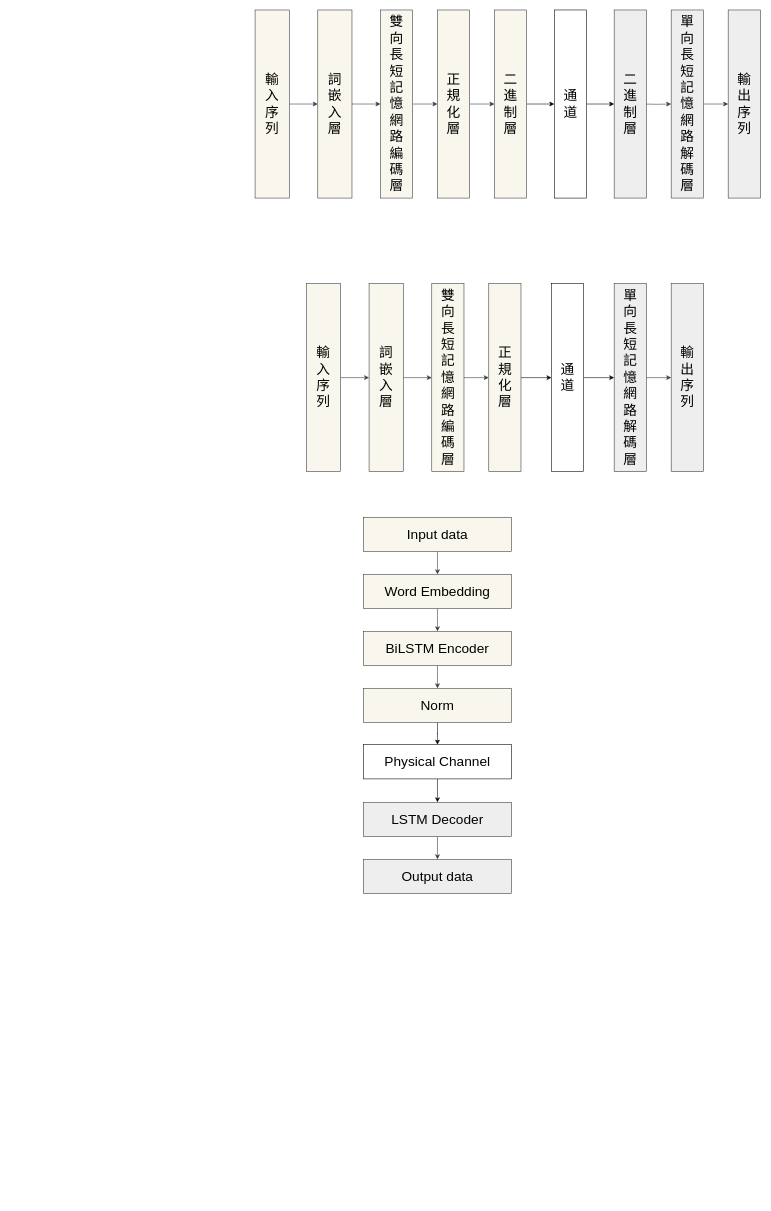
Above: eric.drawio in eric693/new_oai (draw.io), before the change. Source tidied: cells renumbered, new cells numbered last; positions are measured from the earlier drawing's top-left corner, leaving out a move shared by most shapes. Both pictures are drawn from the tidied source at 57%, with x=0, y=0 at pixel (255, 10).
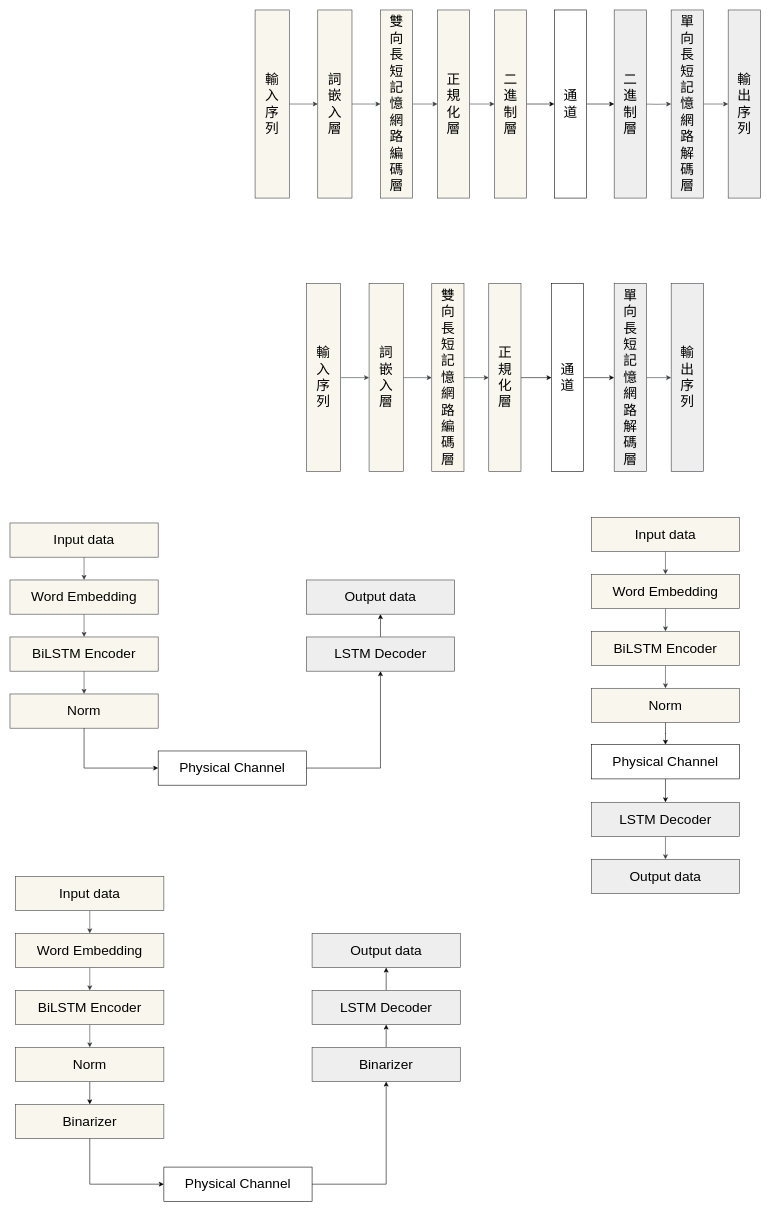
Above is the later version.

Diff of the diagram source:
```diff
@@
     <mxCell id="16" value="&lt;font style=&quot;font-size: 24px;&quot;&gt;Input data&lt;/font&gt;" style="rounded=0;whiteSpace=wrap;html=1;fillColor=#f9f7ed;strokeColor=#36393d;" parent="1" vertex="1">
-      <mxGeometry x="190" y="890" width="260" height="60" as="geometry" />
+      <mxGeometry x="-430" y="900" width="260" height="60" as="geometry" />
     </mxCell>
@@
     <mxCell id="18" value="&lt;font style=&quot;font-size: 24px;&quot;&gt;Word Embedding&lt;/font&gt;" style="rounded=0;whiteSpace=wrap;html=1;fillColor=#f9f7ed;strokeColor=#36393d;" parent="1" vertex="1">
-      <mxGeometry x="190" y="990" width="260" height="60" as="geometry" />
+      <mxGeometry x="-430" y="1000" width="260" height="60" as="geometry" />
     </mxCell>
@@
     <mxCell id="20" value="&lt;font style=&quot;font-size: 24px;&quot;&gt;BiLSTM Encoder&lt;/font&gt;" style="rounded=0;whiteSpace=wrap;html=1;fillColor=#f9f7ed;strokeColor=#36393d;" parent="1" vertex="1">
-      <mxGeometry x="190" y="1090" width="260" height="60" as="geometry" />
+      <mxGeometry x="-430" y="1100" width="260" height="60" as="geometry" />
     </mxCell>
-    <mxCell id="21" style="edgeStyle=orthogonalEdgeStyle;rounded=0;jettySize=auto;html=1;" parent="1" edge="1" source="22" target="24">
-      <mxGeometry relative="1" as="geometry" />
-    </mxCell>
     <mxCell id="22" value="&lt;font style=&quot;font-size: 24px;&quot;&gt;Norm&lt;/font&gt;" style="rounded=0;whiteSpace=wrap;html=1;fillColor=#f9f7ed;strokeColor=#36393d;" parent="1" vertex="1">
-      <mxGeometry x="190" y="1190" width="260" height="60" as="geometry" />
+      <mxGeometry x="-430" y="1200" width="260" height="60" as="geometry" />
     </mxCell>
-    <mxCell id="23" style="edgeStyle=orthogonalEdgeStyle;rounded=0;jettySize=auto;html=1;" parent="1" edge="1" source="24" target="26">
-      <mxGeometry relative="1" as="geometry" />
-    </mxCell>
     <mxCell id="24" value="&lt;font style=&quot;font-size: 24px;&quot;&gt;Physical Channel&lt;/font&gt;" style="rounded=0;whiteSpace=wrap;html=1;" parent="1" vertex="1">
-      <mxGeometry x="190" y="1289" width="260" height="60" as="geometry" />
+      <mxGeometry x="-170" y="1300" width="260" height="60" as="geometry" />
     </mxCell>
-    <mxCell id="25" style="edgeStyle=orthogonalEdgeStyle;rounded=0;jettySize=auto;html=1;fillColor=#eeeeee;strokeColor=#36393d;" parent="1" edge="1" source="26" target="27">
+    <mxCell id="25" style="edgeStyle=orthogonalEdgeStyle;rounded=0;jettySize=auto;html=1;" parent="1" edge="1" source="26" target="27">
       <mxGeometry relative="1" as="geometry" />
     </mxCell>
     <mxCell id="26" value="&lt;font style=&quot;font-size: 24px;&quot;&gt;LSTM Decoder&lt;/font&gt;" style="rounded=0;whiteSpace=wrap;html=1;fillColor=#eeeeee;strokeColor=#36393d;" parent="1" vertex="1">
-      <mxGeometry x="190" y="1390" width="260" height="60" as="geometry" />
+      <mxGeometry x="90" y="1100" width="260" height="60" as="geometry" />
     </mxCell>
     <mxCell id="27" value="&lt;font style=&quot;font-size: 24px;&quot;&gt;Output data&lt;/font&gt;" style="rounded=0;whiteSpace=wrap;html=1;fillColor=#eeeeee;strokeColor=#36393d;" parent="1" vertex="1">
-      <mxGeometry x="190" y="1490" width="260" height="60" as="geometry" />
+      <mxGeometry x="90" y="1000" width="260" height="60" as="geometry" />
     </mxCell>
@@
+    <mxCell id="45" style="edgeStyle=orthogonalEdgeStyle;rounded=0;jettySize=auto;html=1;fillColor=#f9f7ed;strokeColor=#36393d;" parent="1" edge="1" source="46" target="48">
+      <mxGeometry relative="1" as="geometry" />
+    </mxCell>
+    <mxCell id="46" value="&lt;font style=&quot;font-size: 24px;&quot;&gt;Input data&lt;/font&gt;" style="rounded=0;whiteSpace=wrap;html=1;fillColor=#f9f7ed;strokeColor=#36393d;" parent="1" vertex="1">
+      <mxGeometry x="590" y="890" width="260" height="60" as="geometry" />
+    </mxCell>
+    <mxCell id="47" style="edgeStyle=orthogonalEdgeStyle;rounded=0;jettySize=auto;html=1;fillColor=#f9f7ed;strokeColor=#36393d;" parent="1" edge="1" source="48" target="50">
+      <mxGeometry relative="1" as="geometry" />
+    </mxCell>
+    <mxCell id="48" value="&lt;font style=&quot;font-size: 24px;&quot;&gt;Word Embedding&lt;/font&gt;" style="rounded=0;whiteSpace=wrap;html=1;fillColor=#f9f7ed;strokeColor=#36393d;" parent="1" vertex="1">
+      <mxGeometry x="590" y="990" width="260" height="60" as="geometry" />
+    </mxCell>
+    <mxCell id="49" style="edgeStyle=orthogonalEdgeStyle;rounded=0;jettySize=auto;html=1;fillColor=#f9f7ed;strokeColor=#36393d;" parent="1" edge="1" source="50" target="52">
+      <mxGeometry relative="1" as="geometry" />
+    </mxCell>
+    <mxCell id="50" value="&lt;font style=&quot;font-size: 24px;&quot;&gt;BiLSTM Encoder&lt;/font&gt;" style="rounded=0;whiteSpace=wrap;html=1;fillColor=#f9f7ed;strokeColor=#36393d;" parent="1" vertex="1">
+      <mxGeometry x="590" y="1090" width="260" height="60" as="geometry" />
+    </mxCell>
+    <mxCell id="51" style="edgeStyle=orthogonalEdgeStyle;rounded=0;jettySize=auto;html=1;" parent="1" edge="1" source="52" target="54">
+      <mxGeometry relative="1" as="geometry" />
+    </mxCell>
+    <mxCell id="52" value="&lt;font style=&quot;font-size: 24px;&quot;&gt;Norm&lt;/font&gt;" style="rounded=0;whiteSpace=wrap;html=1;fillColor=#f9f7ed;strokeColor=#36393d;" parent="1" vertex="1">
+      <mxGeometry x="590" y="1190" width="260" height="60" as="geometry" />
+    </mxCell>
+    <mxCell id="53" style="edgeStyle=orthogonalEdgeStyle;rounded=0;jettySize=auto;html=1;" parent="1" edge="1" source="54" target="56">
+      <mxGeometry relative="1" as="geometry" />
+    </mxCell>
+    <mxCell id="54" value="&lt;font style=&quot;font-size: 24px;&quot;&gt;Physical Channel&lt;/font&gt;" style="rounded=0;whiteSpace=wrap;html=1;" parent="1" vertex="1">
+      <mxGeometry x="590" y="1289" width="260" height="60" as="geometry" />
+    </mxCell>
+    <mxCell id="55" style="edgeStyle=orthogonalEdgeStyle;rounded=0;jettySize=auto;html=1;fillColor=#eeeeee;strokeColor=#36393d;" parent="1" edge="1" source="56" target="57">
+      <mxGeometry relative="1" as="geometry" />
+    </mxCell>
+    <mxCell id="56" value="&lt;font style=&quot;font-size: 24px;&quot;&gt;LSTM Decoder&lt;/font&gt;" style="rounded=0;whiteSpace=wrap;html=1;fillColor=#eeeeee;strokeColor=#36393d;" parent="1" vertex="1">
+      <mxGeometry x="590" y="1390" width="260" height="60" as="geometry" />
+    </mxCell>
+    <mxCell id="57" value="&lt;font style=&quot;font-size: 24px;&quot;&gt;Output data&lt;/font&gt;" style="rounded=0;whiteSpace=wrap;html=1;fillColor=#eeeeee;strokeColor=#36393d;" parent="1" vertex="1">
+      <mxGeometry x="590" y="1490" width="260" height="60" as="geometry" />
+    </mxCell>
+    <mxCell id="58" style="endArrow=none;html=1;rounded=0;entryX=0.5;entryY=1;entryDx=0;entryDy=0;" parent="1" edge="1" target="22">
+      <mxGeometry relative="1" as="geometry">
+        <mxPoint x="-300" y="1330" as="sourcePoint" />
+      </mxGeometry>
+    </mxCell>
+    <mxCell id="59" style="endArrow=classic;html=1;rounded=0;entryX=0;entryY=0.5;entryDx=0;entryDy=0;" parent="1" edge="1" target="24">
+      <mxGeometry relative="1" as="geometry">
+        <mxPoint x="-300" y="1330" as="sourcePoint" />
+      </mxGeometry>
+    </mxCell>
+    <mxCell id="60" style="endArrow=none;html=1;rounded=0;exitX=1;exitY=0.5;exitDx=0;exitDy=0;" parent="1" edge="1" source="24">
+      <mxGeometry relative="1" as="geometry">
+        <mxPoint x="220" y="1330" as="targetPoint" />
+      </mxGeometry>
+    </mxCell>
+    <mxCell id="61" style="endArrow=classic;html=1;rounded=0;entryX=0.5;entryY=1;entryDx=0;entryDy=0;" parent="1" edge="1" target="26">
+      <mxGeometry relative="1" as="geometry">
+        <mxPoint x="220" y="1330" as="sourcePoint" />
+      </mxGeometry>
+    </mxCell>
+    <mxCell id="62" style="edgeStyle=orthogonalEdgeStyle;rounded=0;jettySize=auto;html=1;fillColor=#f9f7ed;strokeColor=#36393d;" parent="1" edge="1" source="63" target="65">
+      <mxGeometry relative="1" as="geometry" />
+    </mxCell>
+    <mxCell id="63" value="&lt;font style=&quot;font-size: 24px;&quot;&gt;Input data&lt;/font&gt;" style="rounded=0;whiteSpace=wrap;html=1;fillColor=#f9f7ed;strokeColor=#36393d;" parent="1" vertex="1">
+      <mxGeometry x="-420" y="1520" width="260" height="60" as="geometry" />
+    </mxCell>
+    <mxCell id="64" style="edgeStyle=orthogonalEdgeStyle;rounded=0;jettySize=auto;html=1;fillColor=#f9f7ed;strokeColor=#36393d;" parent="1" edge="1" source="65" target="67">
+      <mxGeometry relative="1" as="geometry" />
+    </mxCell>
+    <mxCell id="65" value="&lt;font style=&quot;font-size: 24px;&quot;&gt;Word Embedding&lt;/font&gt;" style="rounded=0;whiteSpace=wrap;html=1;fillColor=#f9f7ed;strokeColor=#36393d;" parent="1" vertex="1">
+      <mxGeometry x="-420" y="1620" width="260" height="60" as="geometry" />
+    </mxCell>
+    <mxCell id="66" style="edgeStyle=orthogonalEdgeStyle;rounded=0;jettySize=auto;html=1;fillColor=#f9f7ed;strokeColor=#36393d;" parent="1" edge="1" source="67" target="69">
+      <mxGeometry relative="1" as="geometry" />
+    </mxCell>
+    <mxCell id="67" value="&lt;font style=&quot;font-size: 24px;&quot;&gt;BiLSTM Encoder&lt;/font&gt;" style="rounded=0;whiteSpace=wrap;html=1;fillColor=#f9f7ed;strokeColor=#36393d;" parent="1" vertex="1">
+      <mxGeometry x="-420" y="1720" width="260" height="60" as="geometry" />
+    </mxCell>
+    <mxCell id="68" style="edgeStyle=orthogonalEdgeStyle;rounded=0;jettySize=auto;html=1;" parent="1" edge="1" source="69" target="76">
+      <mxGeometry relative="1" as="geometry" />
+    </mxCell>
+    <mxCell id="69" value="&lt;font style=&quot;font-size: 24px;&quot;&gt;Norm&lt;/font&gt;" style="rounded=0;whiteSpace=wrap;html=1;fillColor=#f9f7ed;strokeColor=#36393d;" parent="1" vertex="1">
+      <mxGeometry x="-420" y="1820" width="260" height="60" as="geometry" />
+    </mxCell>
+    <mxCell id="70" value="&lt;font style=&quot;font-size: 24px;&quot;&gt;Physical Channel&lt;/font&gt;" style="rounded=0;whiteSpace=wrap;html=1;" parent="1" vertex="1">
+      <mxGeometry x="-160" y="2030" width="260" height="60" as="geometry" />
+    </mxCell>
+    <mxCell id="71" style="edgeStyle=orthogonalEdgeStyle;rounded=0;jettySize=auto;html=1;" parent="1" edge="1" source="72" target="73">
+      <mxGeometry relative="1" as="geometry" />
+    </mxCell>
+    <mxCell id="72" value="&lt;font style=&quot;font-size: 24px;&quot;&gt;LSTM Decoder&lt;/font&gt;" style="rounded=0;whiteSpace=wrap;html=1;fillColor=#eeeeee;strokeColor=#36393d;" parent="1" vertex="1">
+      <mxGeometry x="100" y="1720" width="260" height="60" as="geometry" />
+    </mxCell>
+    <mxCell id="73" value="&lt;font style=&quot;font-size: 24px;&quot;&gt;Output data&lt;/font&gt;" style="rounded=0;whiteSpace=wrap;html=1;fillColor=#eeeeee;strokeColor=#36393d;" parent="1" vertex="1">
+      <mxGeometry x="100" y="1620" width="260" height="60" as="geometry" />
+    </mxCell>
+    <mxCell id="74" style="endArrow=classic;html=1;rounded=0;entryX=0;entryY=0.5;entryDx=0;entryDy=0;" parent="1" edge="1" target="70">
+      <mxGeometry relative="1" as="geometry">
+        <mxPoint x="-290" y="2060" as="sourcePoint" />
+      </mxGeometry>
+    </mxCell>
+    <mxCell id="75" style="endArrow=none;html=1;rounded=0;exitX=1;exitY=0.5;exitDx=0;exitDy=0;" parent="1" edge="1" source="70">
+      <mxGeometry relative="1" as="geometry">
+        <mxPoint x="230" y="2060" as="targetPoint" />
+      </mxGeometry>
+    </mxCell>
+    <mxCell id="76" value="&lt;font style=&quot;font-size: 24px;&quot;&gt;Binarizer&lt;/font&gt;" style="rounded=0;whiteSpace=wrap;html=1;fillColor=#f9f7ed;strokeColor=#36393d;" parent="1" vertex="1">
+      <mxGeometry x="-420" y="1920" width="260" height="60" as="geometry" />
+    </mxCell>
+    <mxCell id="77" style="endArrow=none;html=1;rounded=0;entryX=0.5;entryY=1;entryDx=0;entryDy=0;" parent="1" edge="1" target="76">
+      <mxGeometry relative="1" as="geometry">
+        <mxPoint x="-290" y="2060" as="sourcePoint" />
+      </mxGeometry>
+    </mxCell>
+    <mxCell id="78" style="edgeStyle=orthogonalEdgeStyle;rounded=0;jettySize=auto;html=1;" parent="1" edge="1" source="79" target="72">
+      <mxGeometry relative="1" as="geometry" />
+    </mxCell>
+    <mxCell id="79" value="&lt;font style=&quot;font-size: 24px;&quot;&gt;Binarizer&lt;/font&gt;" style="rounded=0;whiteSpace=wrap;html=1;fillColor=#eeeeee;strokeColor=#36393d;" parent="1" vertex="1">
+      <mxGeometry x="100" y="1820" width="260" height="60" as="geometry" />
+    </mxCell>
+    <mxCell id="80" style="endArrow=classic;html=1;rounded=0;entryX=0.5;entryY=1;entryDx=0;entryDy=0;" parent="1" edge="1" target="79">
+      <mxGeometry relative="1" as="geometry">
+        <mxPoint x="230" y="2060" as="sourcePoint" />
+      </mxGeometry>
+    </mxCell>
```
